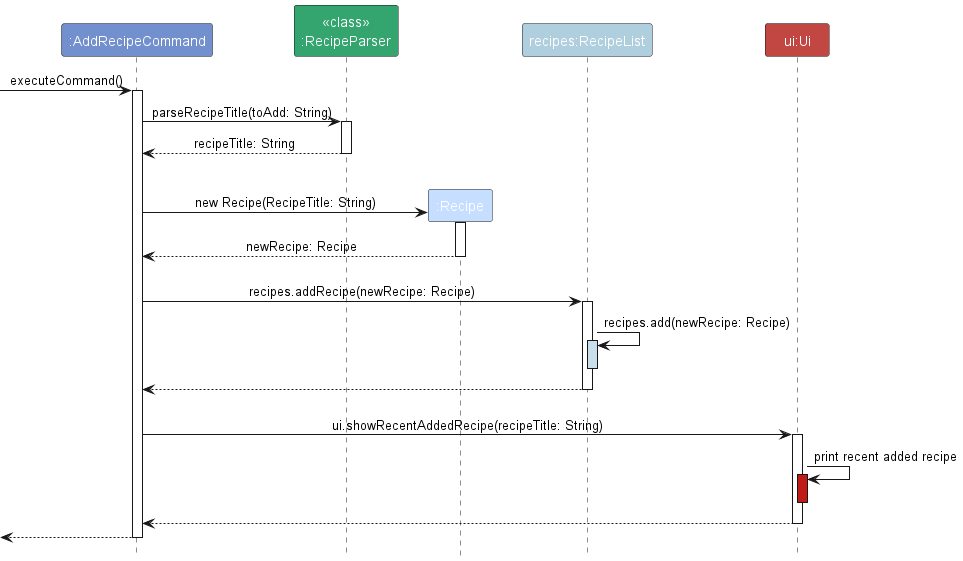
Earlier version of the PlantUML export docs/images/AddNewRecipeSequenceDiagram.png (nus-cs2113-AY2324S1/tp).
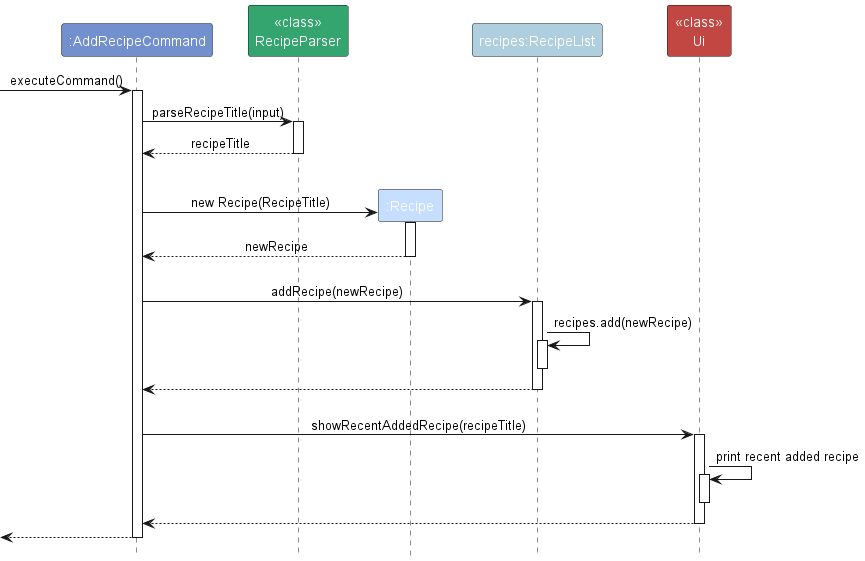
The same diagram one commit later.

What changed in the source:
```diff
@@ -3,47 +3,47 @@
 skinparam ArrowFontStyle plain
 
 participant ":AddRecipeCommand" as AddRecipeCommand COMMAND_COLOR
-participant "<<class>>\n:RecipeParser" as RecipeParser RECIPE_PARSER_COLOR
+participant "<<class>>\nRecipeParser" as RecipeParser RECIPE_PARSER_COLOR
 participant ":Recipe" as Recipe RECIPE_COLOR
 participant "recipes:RecipeList" as Recipes RECIPE_LIST_COLOR
-participant "ui:Ui" as Ui UI_COLOR
+participant "<<class>>\nUi" as Ui UI_COLOR
 
 [-> AddRecipeCommand : executeCommand()
 activate AddRecipeCommand
 
-AddRecipeCommand -> RecipeParser : parseRecipeTitle(toAdd: String)
+AddRecipeCommand -> RecipeParser : parseRecipeTitle(input)
 activate RecipeParser
 
-RecipeParser --> AddRecipeCommand : recipeTitle: String
+RecipeParser --> AddRecipeCommand : recipeTitle
 deactivate RecipeParser
 
 AddRecipeCommand -[hidden]> RecipeParser
 
 AddRecipeCommand -[hidden]> Recipe
 create Recipe
-AddRecipeCommand -> Recipe : new Recipe(RecipeTitle: String)
+AddRecipeCommand -> Recipe : new Recipe(RecipeTitle)
 activate Recipe
 
-Recipe --> AddRecipeCommand : newRecipe: Recipe
+Recipe --> AddRecipeCommand : newRecipe
 deactivate Recipe
 
 AddRecipeCommand -[hidden]> Recipes
-AddRecipeCommand -> Recipes : recipes.addRecipe(newRecipe: Recipe)
+AddRecipeCommand -> Recipes : addRecipe(newRecipe)
 activate Recipes
 
-Recipes -> Recipes: recipes.add(newRecipe: Recipe)
-activate Recipes RECIPE_LIST_COLOR_T1
+Recipes -> Recipes: recipes.add(newRecipe)
+activate Recipes
 deactivate Recipes
 
 Recipes --> AddRecipeCommand
 deactivate Recipes
 
 AddRecipeCommand -[hidden]> Ui
-AddRecipeCommand -> Ui : ui.showRecentAddedRecipe(recipeTitle: String)
+AddRecipeCommand -> Ui : showRecentAddedRecipe(recipeTitle)
 activate Ui
 
 Ui -> Ui: print recent added recipe
-activate Ui UI_COLOR_T1
+activate Ui
 deactivate Ui
 
 Ui --> AddRecipeCommand
```
